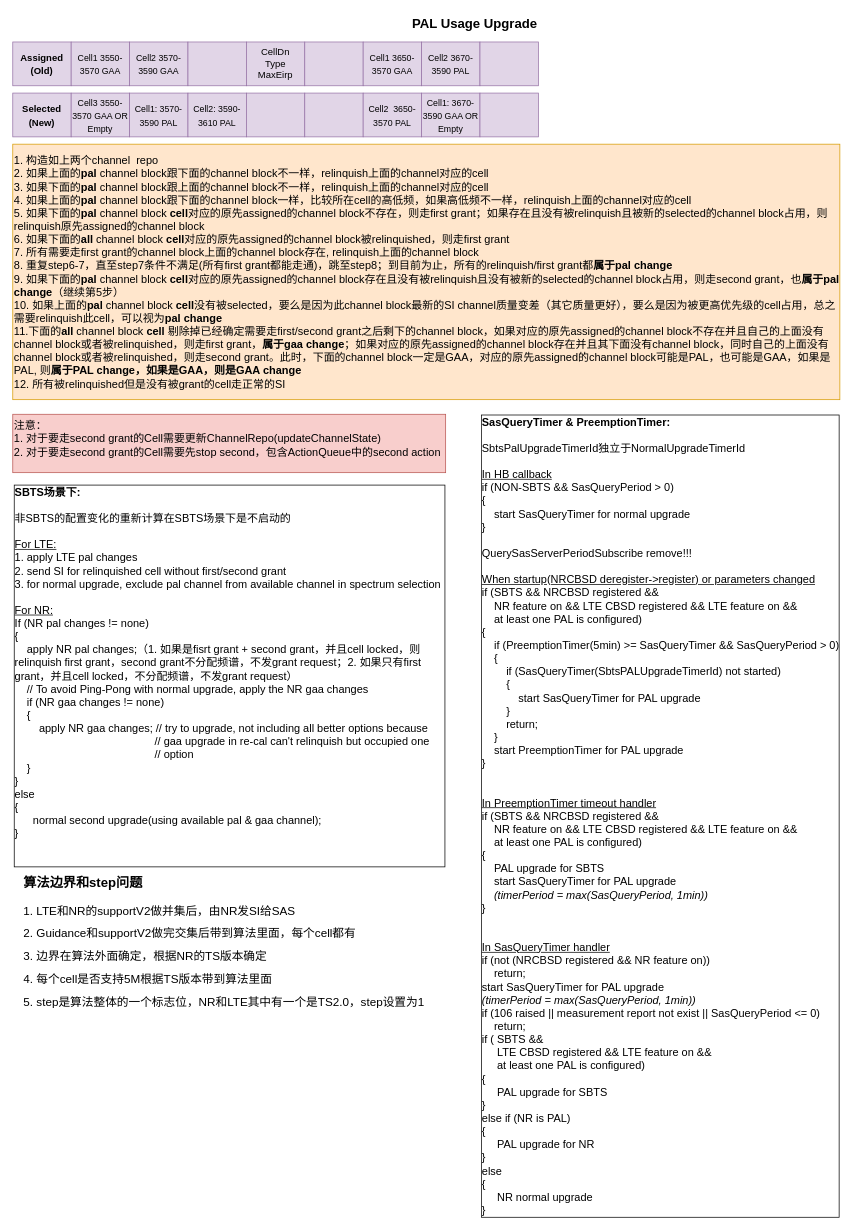
Before: Pal_Change_Algorithm.drawio in xdlhzdh/drawio, a draw.io diagram. Source tidied: cells renumbered, new cells numbered last; positions are measured from the earlier drawing's top-left corner, leaving out a move shared by most shapes. Both pictures are drawn from the tidied source at 73%, with x=0, y=0 at pixel (12, 12).
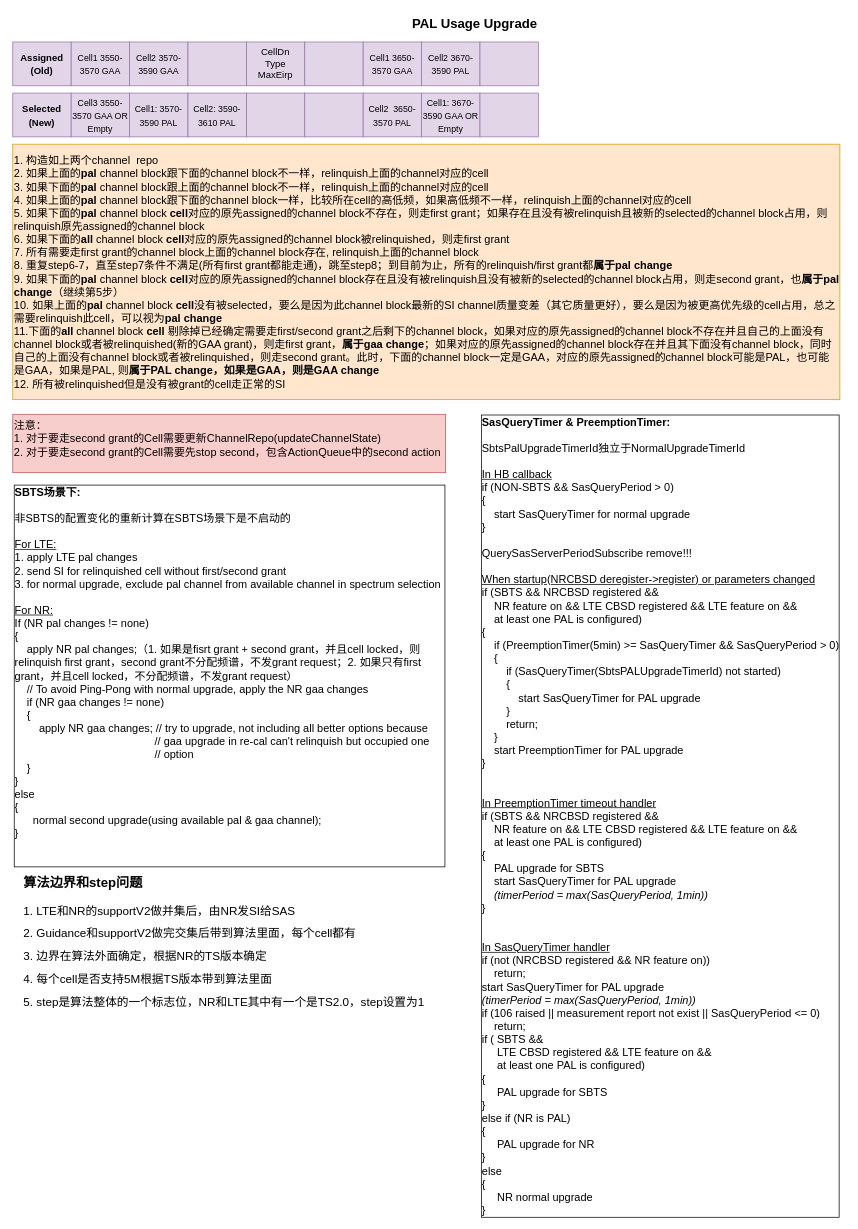
The same page after the edit.

The edit, as a diff of the source:
```diff
@@
-    <mxCell id="2" value="1. 构造如上两个channel&amp;nbsp; repo&lt;br&gt;2. 如果上面的&lt;b&gt;pal &lt;/b&gt;channel block跟下面的channel block不一样，relinquish上面的channel对应的cell&lt;br&gt;3. 如果下面的&lt;b&gt;pal &lt;/b&gt;channel block跟上面的channel block不一样，relinquish上面的channel对应的cell&lt;br&gt;4. 如果上面的&lt;b&gt;pal &lt;/b&gt;channel block跟下面的channel block一样，比较所在cell的高低频，如果高低频不一样，relinquish上面的channel对应的cell&lt;br&gt;5. 如果下面的&lt;b&gt;pal &lt;/b&gt;channel block &lt;b&gt;cell&lt;/b&gt;对应的原先assigned的channel block不存在，则走first grant；如果存在且没有被relinquish且被新的selected的channel block占用，则relinquish原先assigned的channel block&lt;br&gt;6. 如果下面的&lt;b&gt;all &lt;/b&gt;channel block &lt;b&gt;cell&lt;/b&gt;对应的原先assigned的channel block被relinquished，则走first grant&lt;br&gt;7. 所有需要走first grant的channel block上面的channel block存在, relinquish上面的channel block&lt;br&gt;8. 重复step6-7，直至step7条件不满足(所有first grant都能走通)，跳至step8；到目前为止，所有的relinquish/first grant都&lt;b&gt;属于pal change&lt;/b&gt;&lt;br&gt;9. 如果下面的&lt;b&gt;pal &lt;/b&gt;channel block &lt;b&gt;cell&lt;/b&gt;对应的原先assigned的channel block存在且没有被relinquish且没有被新的selected的channel block占用，则走second grant，也&lt;b&gt;属于pal change&lt;/b&gt;（继续第5步）&lt;br&gt;10. 如果上面的&lt;b&gt;pal&amp;nbsp;&lt;/b&gt;channel block&amp;nbsp;&lt;b&gt;cell&lt;/b&gt;没有被selected，要么是因为此channel block最新的SI channel质量变差（其它质量更好），要么是因为被更高优先级的cell占用，总之需要relinquish此cell，可以视为&lt;b&gt;pal change&lt;/b&gt;&lt;br&gt;11.下面的&lt;b&gt;all &lt;/b&gt;channel block &lt;b&gt;cell &lt;/b&gt;剔除掉已经确定需要走first/second grant之后剩下的channel block，如果对应的原先assigned的channel block不存在并且自己的上面没有channel block或者被relinquished，则走first grant，&lt;b&gt;属于gaa change&lt;/b&gt;；如果对应的原先assigned的channel block存在并且其下面没有channel block，同时自己的上面没有channel block或者被relinquished，则走second grant。此时，下面的channel block一定是GAA，对应的原先assigned的channel block可能是PAL，也可能是GAA，如果是PAL, 则&lt;b&gt;属于PAL change，如果是GAA，则是GAA change&lt;/b&gt;&lt;br&gt;12. 所有被relinquished但是没有被grant的cell走正常的SI" style="rounded=0;whiteSpace=wrap;html=1;align=left;fontSize=15;fillColor=#ffe6cc;strokeColor=#d79b00;fontFamily=Helvetica;" parent="1" vertex="1">
+    <mxCell id="2" value="1. 构造如上两个channel&amp;nbsp; repo&lt;br&gt;2. 如果上面的&lt;b&gt;pal &lt;/b&gt;channel block跟下面的channel block不一样，relinquish上面的channel对应的cell&lt;br&gt;3. 如果下面的&lt;b&gt;pal &lt;/b&gt;channel block跟上面的channel block不一样，relinquish上面的channel对应的cell&lt;br&gt;4. 如果上面的&lt;b&gt;pal &lt;/b&gt;channel block跟下面的channel block一样，比较所在cell的高低频，如果高低频不一样，relinquish上面的channel对应的cell&lt;br&gt;5. 如果下面的&lt;b&gt;pal &lt;/b&gt;channel block &lt;b&gt;cell&lt;/b&gt;对应的原先assigned的channel block不存在，则走first grant；如果存在且没有被relinquish且被新的selected的channel block占用，则relinquish原先assigned的channel block&lt;br&gt;6. 如果下面的&lt;b&gt;all &lt;/b&gt;channel block &lt;b&gt;cell&lt;/b&gt;对应的原先assigned的channel block被relinquished，则走first grant&lt;br&gt;7. 所有需要走first grant的channel block上面的channel block存在, relinquish上面的channel block&lt;br&gt;8. 重复step6-7，直至step7条件不满足(所有first grant都能走通)，跳至step8；到目前为止，所有的relinquish/first grant都&lt;b&gt;属于pal change&lt;/b&gt;&lt;br&gt;9. 如果下面的&lt;b&gt;pal &lt;/b&gt;channel block &lt;b&gt;cell&lt;/b&gt;对应的原先assigned的channel block存在且没有被relinquish且没有被新的selected的channel block占用，则走second grant，也&lt;b&gt;属于pal change&lt;/b&gt;（继续第5步）&lt;br&gt;10. 如果上面的&lt;b&gt;pal&amp;nbsp;&lt;/b&gt;channel block&amp;nbsp;&lt;b&gt;cell&lt;/b&gt;没有被selected，要么是因为此channel block最新的SI channel质量变差（其它质量更好），要么是因为被更高优先级的cell占用，总之需要relinquish此cell，可以视为&lt;b&gt;pal change&lt;/b&gt;&lt;br&gt;11.下面的&lt;b&gt;all &lt;/b&gt;channel block &lt;b&gt;cell &lt;/b&gt;剔除掉已经确定需要走first/second grant之后剩下的channel block，如果对应的原先assigned的channel block不存在并且自己的上面没有channel block或者被relinquished(新的GAA grant)，则走first grant，&lt;b&gt;属于gaa change&lt;/b&gt;；如果对应的原先assigned的channel block存在并且其下面没有channel block，同时自己的上面没有channel block或者被relinquished，则走second grant。此时，下面的channel block一定是GAA，对应的原先assigned的channel block可能是PAL，也可能是GAA，如果是PAL, 则&lt;b&gt;属于PAL change，如果是GAA，则是GAA change&lt;/b&gt;&lt;br&gt;12. 所有被relinquished但是没有被grant的cell走正常的SI" style="rounded=0;whiteSpace=wrap;html=1;align=left;fontSize=15;fillColor=#ffe6cc;strokeColor=#d79b00;fontFamily=Helvetica;" parent="1" vertex="1">
       <mxGeometry y="180" width="1133" height="350" as="geometry" />
     </mxCell>
```
